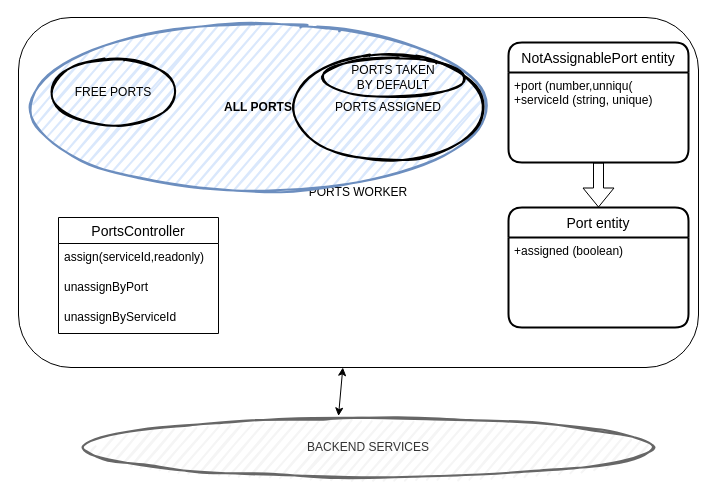
Above: src/lib/base/tcp-udp-ports/ports-worker.drawio in darekf77/tnp-helpers (draw.io), before the change. Source tidied: cells renumbered, new cells numbered last; positions are measured from the earlier drawing's top-left corner, leaving out a move shared by most shapes. Both pictures are drawn from the tidied source at 100%, with x=0, y=0 at pixel (18, 17).
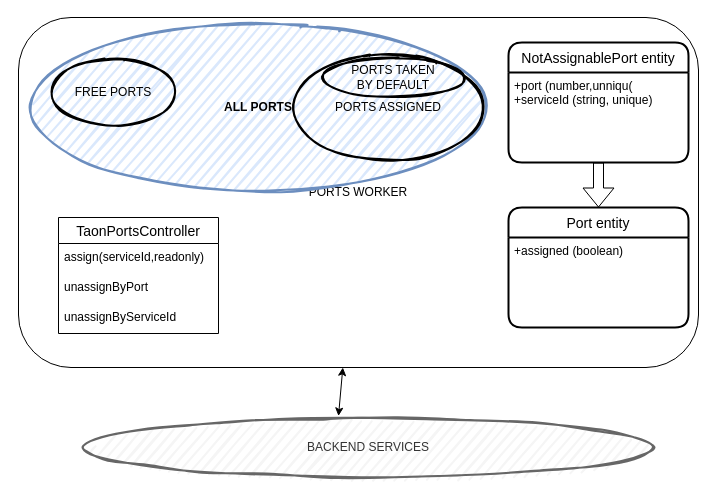
After the change.

The edit, as a diff of the source:
```diff
@@
 <mxGraphModel>
   <root>
     <mxCell id="0" />
     <mxCell id="1" parent="0" />
     <mxCell id="2" value="PORTS WORKER" style="rounded=1;whiteSpace=wrap;html=1;" parent="1" vertex="1">
       <mxGeometry width="680" height="350" as="geometry" />
     </mxCell>
     <mxCell id="3" value="&lt;b&gt;ALL PORTS&lt;/b&gt;" style="ellipse;whiteSpace=wrap;html=1;strokeWidth=2;fillWeight=2;hachureGap=8;fillColor=#dae8fc;fillStyle=dots;sketch=1;strokeColor=#6c8ebf;" parent="1" vertex="1">
       <mxGeometry y="10" width="480" height="160" as="geometry" />
     </mxCell>
     <mxCell id="4" value="FREE PORTS" style="ellipse;whiteSpace=wrap;html=1;strokeWidth=2;fillWeight=2;hachureGap=8;fillStyle=dots;sketch=1;fillColor=none;" parent="1" vertex="1">
       <mxGeometry x="30" y="40" width="130" height="70" as="geometry" />
     </mxCell>
     <mxCell id="5" value="PORTS ASSIGNED" style="ellipse;whiteSpace=wrap;html=1;strokeWidth=2;fillWeight=2;hachureGap=8;fillColor=none;fillStyle=dots;sketch=1;" parent="1" vertex="1">
       <mxGeometry x="270" y="35" width="200" height="110" as="geometry" />
     </mxCell>
     <mxCell id="6" value="PORTS TAKEN&lt;br&gt;BY DEFAULT" style="ellipse;whiteSpace=wrap;html=1;strokeWidth=2;fillWeight=2;hachureGap=8;fillColor=none;fillStyle=dots;sketch=1;" parent="1" vertex="1">
       <mxGeometry x="300" y="40" width="150" height="40" as="geometry" />
     </mxCell>
     <mxCell id="7" value="BACKEND SERVICES" style="ellipse;whiteSpace=wrap;html=1;strokeWidth=2;fillWeight=2;hachureGap=8;fillColor=#f5f5f5;fillStyle=dots;sketch=1;fontColor=#333333;strokeColor=#666666;" parent="1" vertex="1">
       <mxGeometry x="50" y="400" width="600" height="60" as="geometry" />
     </mxCell>
-    <mxCell id="8" value="PortsController" style="swimlane;fontStyle=0;horizontal=1;startSize=26;align=center;fontSize=14;" parent="1" vertex="1">
+    <mxCell id="8" value="TaonPortsController" style="swimlane;fontStyle=0;horizontal=1;startSize=26;align=center;fontSize=14;" parent="1" vertex="1">
       <mxGeometry x="40" y="200" width="160" height="116" as="geometry" />
     </mxCell>
     <mxCell id="9" value="assign(serviceId,readonly)" style="text;strokeColor=none;fillColor=none;spacingLeft=4;spacingRight=4;overflow=hidden;fontSize=12;" parent="8" vertex="1">
       <mxGeometry y="26" width="160" height="30" as="geometry" />
     </mxCell>
     <mxCell id="10" value="unassignByPort&#10;" style="text;strokeColor=none;fillColor=none;spacingLeft=4;spacingRight=4;overflow=hidden;fontSize=12;" parent="8" vertex="1">
       <mxGeometry y="56" width="160" height="30" as="geometry" />
     </mxCell>
     <mxCell id="11" value="unassignByServiceId" style="text;strokeColor=none;fillColor=none;spacingLeft=4;spacingRight=4;overflow=hidden;fontSize=12;" parent="8" vertex="1">
       <mxGeometry y="86" width="160" height="30" as="geometry" />
     </mxCell>
     <mxCell id="12" style="endArrow=classic;startArrow=classic;html=1;exitX=0.45;exitY=-0.025;exitDx=0;exitDy=0;exitPerimeter=0;" parent="1" edge="1" source="7" target="2">
       <mxGeometry relative="1" as="geometry" />
     </mxCell>
     <mxCell id="13" value="NotAssignablePort entity" style="swimlane;horizontal=1;startSize=30;rounded=1;fontSize=14;fontStyle=0;strokeWidth=2;shadow=0;dashed=0;align=center;" parent="1" vertex="1">
       <mxGeometry x="490" y="25" width="180" height="120" as="geometry" />
     </mxCell>
     <mxCell id="14" value="+port (number,unniqu(&#10;+serviceId (string, unique)" style="align=left;strokeColor=none;fillColor=none;spacingLeft=4;fontSize=12;verticalAlign=top;" parent="13" vertex="1">
       <mxGeometry y="30" width="180" height="90" as="geometry" />
     </mxCell>
     <mxCell id="15" value="Port entity" style="swimlane;horizontal=1;startSize=30;rounded=1;fontSize=14;fontStyle=0;strokeWidth=2;shadow=0;dashed=0;align=center;" parent="1" vertex="1">
       <mxGeometry x="490" y="190" width="180" height="120" as="geometry" />
     </mxCell>
     <mxCell id="16" value="+assigned (boolean)" style="align=left;strokeColor=none;fillColor=none;spacingLeft=4;fontSize=12;verticalAlign=top;" parent="15" vertex="1">
       <mxGeometry y="30" width="180" height="90" as="geometry" />
     </mxCell>
     <mxCell id="17" style="edgeStyle=none;shape=flexArrow;html=1;" parent="1" edge="1" source="14">
       <mxGeometry relative="1" as="geometry">
         <mxPoint x="580" y="190" as="targetPoint" />
       </mxGeometry>
     </mxCell>
   </root>
 </mxGraphModel>
```
